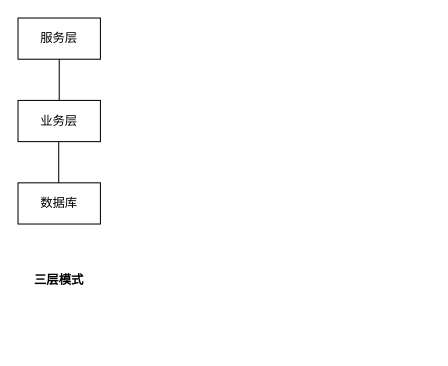
Above: Software/三种架构模式.drawio in noobwu/diagrams (draw.io), before the change. Source tidied: cells renumbered, new cells numbered last; positions are measured from the earlier drawing's top-left corner, leaving out a move shared by most shapes. Both pictures are drawn from the tidied source at 103%, with x=0, y=0 at pixel (18, 18).
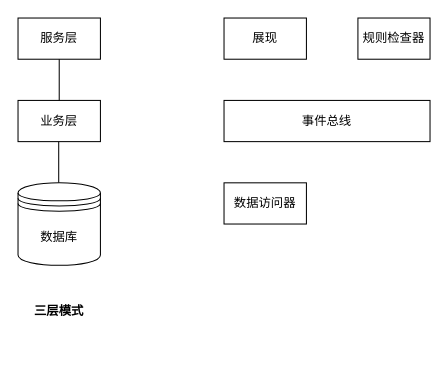
Above is the later version.

Commit message (it also covers changes not shown here):
Update 三种架构模式.drawio

The edit, as a diff of the source:
```diff
@@
 <mxGraphModel>
   <root>
     <mxCell id="0" />
     <mxCell id="1" parent="0" />
+    <mxCell id="8" value="展现" style="rounded=0;whiteSpace=wrap;html=1;" parent="1" vertex="1">
+      <mxGeometry x="200" width="80" height="40" as="geometry" />
+    </mxCell>
+    <mxCell id="9" value="规则检查器" style="rounded=0;whiteSpace=wrap;html=1;" parent="1" vertex="1">
+      <mxGeometry x="330" width="70" height="40" as="geometry" />
+    </mxCell>
+    <mxCell id="10" value="事件总线" style="rounded=0;whiteSpace=wrap;html=1;" parent="1" vertex="1">
+      <mxGeometry x="200" y="80" width="200" height="40" as="geometry" />
+    </mxCell>
+    <mxCell id="11" value="数据访问器" style="rounded=0;whiteSpace=wrap;html=1;" parent="1" vertex="1">
+      <mxGeometry x="200" y="160" width="80" height="40" as="geometry" />
+    </mxCell>
+    <mxCell id="12" style="group;" parent="1" vertex="1">
+      <mxGeometry width="80" height="320" as="geometry" />
+    </mxCell>
+    <mxCell id="13" style="group;" parent="12" vertex="1">
+      <mxGeometry width="80" height="270" as="geometry" />
+    </mxCell>
-    <mxCell id="2" value="服务层" style="rounded=0;whiteSpace=wrap;html=1;" parent="1" vertex="1">
+    <mxCell id="2" value="服务层" style="rounded=0;whiteSpace=wrap;html=1;" parent="13" vertex="1">
       <mxGeometry width="80" height="40" as="geometry" />
     </mxCell>
-    <mxCell id="3" value="业务层" style="rounded=0;whiteSpace=wrap;html=1;" parent="1" vertex="1">
+    <mxCell id="3" value="业务层" style="rounded=0;whiteSpace=wrap;html=1;" parent="13" vertex="1">
       <mxGeometry y="80" width="80" height="40" as="geometry" />
     </mxCell>
+    <mxCell id="6" style="endArrow=none;html=1;exitX=0.5;exitY=0;exitDx=0;exitDy=0;entryX=0.5;entryY=1;entryDx=0;entryDy=0;" parent="13" edge="1" source="3" target="2">
+      <mxGeometry relative="1" as="geometry" />
+    </mxCell>
+    <mxCell id="7" style="endArrow=none;html=1;exitX=0.5;exitY=0;exitDx=0;exitDy=0;entryX=0.5;entryY=1;entryDx=0;entryDy=0;" parent="13" edge="1">
+      <mxGeometry relative="1" as="geometry">
+        <mxPoint x="39.5" y="160" as="sourcePoint" />
+        <mxPoint x="39.5" y="120" as="targetPoint" />
+      </mxGeometry>
+    </mxCell>
-    <mxCell id="4" value="数据库" style="rounded=0;whiteSpace=wrap;html=1;" parent="1" vertex="1">
-      <mxGeometry y="160" width="80" height="40" as="geometry" />
+    <mxCell id="4" value="数据库" style="shape=datastore;whiteSpace=wrap;html=1;" parent="13" vertex="1">
+      <mxGeometry y="160" width="80" height="80" as="geometry" />
     </mxCell>
-    <mxCell id="5" value="&lt;b&gt;三层模式&lt;/b&gt;" style="text;html=1;strokeColor=none;fillColor=none;align=center;verticalAlign=middle;whiteSpace=wrap;rounded=0;" parent="1" vertex="1">
-      <mxGeometry x="15" y="240" width="50" height="30" as="geometry" />
+    <mxCell id="5" value="&lt;b&gt;三层模式&lt;/b&gt;" style="text;html=1;strokeColor=none;fillColor=none;align=center;verticalAlign=middle;whiteSpace=wrap;rounded=0;" parent="12" vertex="1">
+      <mxGeometry x="15" y="270" width="50" height="30" as="geometry" />
     </mxCell>
-    <mxCell id="6" style="endArrow=none;html=1;exitX=0.5;exitY=0;exitDx=0;exitDy=0;entryX=0.5;entryY=1;entryDx=0;entryDy=0;" parent="1" edge="1" source="3" target="2">
-      <mxGeometry relative="1" as="geometry" />
-    </mxCell>
-    <mxCell id="7" style="endArrow=none;html=1;exitX=0.5;exitY=0;exitDx=0;exitDy=0;entryX=0.5;entryY=1;entryDx=0;entryDy=0;" parent="1" edge="1">
-      <mxGeometry relative="1" as="geometry">
-        <mxPoint x="39.5" y="160" as="sourcePoint" />
-        <mxPoint x="39.5" y="120" as="targetPoint" />
-      </mxGeometry>
-    </mxCell>
   </root>
 </mxGraphModel>
```
